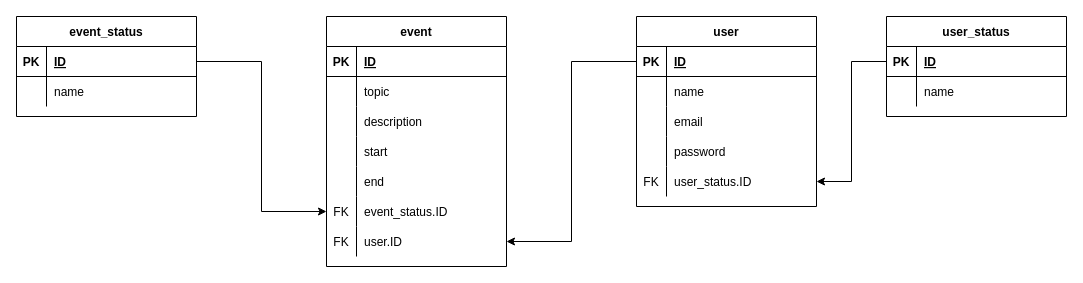
The draw.io diagram plans/database_plan/Calendar_database_plan.drawio in KerteszZoltan/szakdoga, before the edit. Source tidied: cells renumbered, new cells numbered last; positions are measured from the earlier drawing's top-left corner, leaving out a move shared by most shapes. Both pictures are drawn from the tidied source at 100%, with x=0, y=0 at pixel (16, 16).
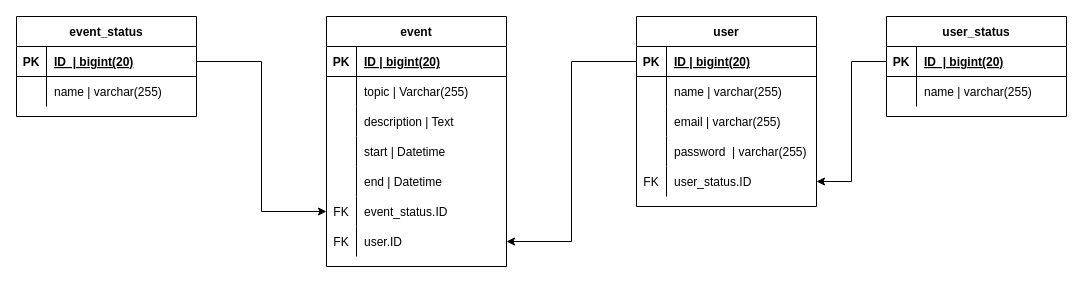
The same diagram, later.

Commit message:
adding type to the database

The change refers to these unchanged cells:
```xml
<mxCell id="3" style="shape=partialRectangle;fillColor=none;top=0;left=0;bottom=1;right=0;" parent="2" vertex="1">
  <mxGeometry y="30" width="180" height="30" as="geometry" />
</mxCell>
<mxCell id="6" style="shape=partialRectangle;fillColor=none;top=0;left=0;bottom=0;right=0;" parent="2" vertex="1">
  <mxGeometry y="60" width="180" height="30" as="geometry" />
</mxCell>
<mxCell id="9" style="shape=partialRectangle;fillColor=none;top=0;left=0;bottom=0;right=0;" parent="2" vertex="1">
  <mxGeometry y="90" width="180" height="30" as="geometry" />
</mxCell>
<mxCell id="12" style="shape=partialRectangle;fillColor=none;top=0;left=0;bottom=0;right=0;" parent="2" vertex="1">
  <mxGeometry y="120" width="180" height="30" as="geometry" />
</mxCell>
<mxCell id="15" style="shape=partialRectangle;fillColor=none;top=0;left=0;bottom=0;right=0;" parent="2" vertex="1">
  <mxGeometry y="150" width="180" height="30" as="geometry" />
</mxCell>
<mxCell id="25" style="shape=partialRectangle;fillColor=none;top=0;left=0;bottom=1;right=0;points=[[0,0.5],[1,0.5]];portConstraint=eastwest;" parent="24" vertex="1">
  <mxGeometry y="30" width="180" height="30" as="geometry" />
</mxCell>
<mxCell id="28" style="shape=partialRectangle;fillColor=none;top=0;left=0;bottom=0;right=0;" parent="24" vertex="1">
  <mxGeometry y="60" width="180" height="30" as="geometry" />
</mxCell>
<mxCell id="31" style="shape=partialRectangle;fillColor=none;top=0;left=0;bottom=0;right=0;" parent="24" vertex="1">
  <mxGeometry y="90" width="180" height="30" as="geometry" />
</mxCell>
<mxCell id="34" style="shape=partialRectangle;fillColor=none;top=0;left=0;bottom=0;right=0;" parent="24" vertex="1">
  <mxGeometry y="120" width="180" height="30" as="geometry" />
</mxCell>
<mxCell id="42" style="shape=partialRectangle;fillColor=none;top=0;left=0;bottom=1;right=0;points=[[0,0.5],[1,0.5]];portConstraint=eastwest;" parent="41" vertex="1">
  <mxGeometry y="30" width="180" height="30" as="geometry" />
</mxCell>
<mxCell id="45" style="shape=partialRectangle;fillColor=none;top=0;left=0;bottom=0;right=0;" parent="41" vertex="1">
  <mxGeometry y="60" width="180" height="30" as="geometry" />
</mxCell>
<mxCell id="49" style="shape=partialRectangle;fillColor=none;top=0;left=0;bottom=1;right=0;points=[[0,0.5],[1,0.5]];portConstraint=eastwest;" parent="48" vertex="1">
  <mxGeometry y="30" width="180" height="30" as="geometry" />
</mxCell>
<mxCell id="52" style="shape=partialRectangle;fillColor=none;top=0;left=0;bottom=0;right=0;" parent="48" vertex="1">
  <mxGeometry y="60" width="180" height="30" as="geometry" />
</mxCell>
```

Diff of the diagram source:
```diff
@@
-    <mxCell id="5" value="ID" style="shape=partialRectangle;fillColor=none;top=0;left=0;bottom=0;right=0;align=left;spacingLeft=6;fontStyle=5;overflow=hidden;" parent="3" vertex="1">
+    <mxCell id="5" value="ID | bigint(20)" style="shape=partialRectangle;fillColor=none;top=0;left=0;bottom=0;right=0;align=left;spacingLeft=6;fontStyle=5;overflow=hidden;" parent="3" vertex="1">
       <mxGeometry x="30" width="150" height="30" as="geometry" />
     </mxCell>
@@
-    <mxCell id="8" value="topic" style="shape=partialRectangle;fillColor=none;top=0;left=0;bottom=0;right=0;align=left;spacingLeft=6;overflow=hidden;" parent="6" vertex="1">
+    <mxCell id="8" value="topic | Varchar(255)" style="shape=partialRectangle;fillColor=none;top=0;left=0;bottom=0;right=0;align=left;spacingLeft=6;overflow=hidden;" parent="6" vertex="1">
       <mxGeometry x="30" width="150" height="30" as="geometry" />
     </mxCell>
@@
-    <mxCell id="11" value="description" style="shape=partialRectangle;fillColor=none;top=0;left=0;bottom=0;right=0;align=left;spacingLeft=6;overflow=hidden;" parent="9" vertex="1">
+    <mxCell id="11" value="description | Text" style="shape=partialRectangle;fillColor=none;top=0;left=0;bottom=0;right=0;align=left;spacingLeft=6;overflow=hidden;" parent="9" vertex="1">
       <mxGeometry x="30" width="150" height="30" as="geometry" />
     </mxCell>
@@
-    <mxCell id="14" value="start" style="shape=partialRectangle;fillColor=none;top=0;left=0;bottom=0;right=0;align=left;spacingLeft=6;overflow=hidden;" parent="12" vertex="1">
+    <mxCell id="14" value="start | Datetime" style="shape=partialRectangle;fillColor=none;top=0;left=0;bottom=0;right=0;align=left;spacingLeft=6;overflow=hidden;" parent="12" vertex="1">
       <mxGeometry x="30" width="150" height="30" as="geometry" />
     </mxCell>
@@
-    <mxCell id="17" value="end" style="shape=partialRectangle;fillColor=none;top=0;left=0;bottom=0;right=0;align=left;spacingLeft=6;overflow=hidden;" parent="15" vertex="1">
+    <mxCell id="17" value="end | Datetime" style="shape=partialRectangle;fillColor=none;top=0;left=0;bottom=0;right=0;align=left;spacingLeft=6;overflow=hidden;" parent="15" vertex="1">
       <mxGeometry x="30" width="150" height="30" as="geometry" />
     </mxCell>
@@
-    <mxCell id="27" value="ID" style="shape=partialRectangle;fillColor=none;top=0;left=0;bottom=0;right=0;align=left;spacingLeft=6;fontStyle=5;overflow=hidden;" parent="25" vertex="1">
+    <mxCell id="27" value="ID | bigint(20)" style="shape=partialRectangle;fillColor=none;top=0;left=0;bottom=0;right=0;align=left;spacingLeft=6;fontStyle=5;overflow=hidden;" parent="25" vertex="1">
       <mxGeometry x="30" width="150" height="30" as="geometry" />
     </mxCell>
@@
-    <mxCell id="30" value="name" style="shape=partialRectangle;fillColor=none;top=0;left=0;bottom=0;right=0;align=left;spacingLeft=6;overflow=hidden;" parent="28" vertex="1">
+    <mxCell id="30" value="name | varchar(255)" style="shape=partialRectangle;fillColor=none;top=0;left=0;bottom=0;right=0;align=left;spacingLeft=6;overflow=hidden;" parent="28" vertex="1">
       <mxGeometry x="30" width="150" height="30" as="geometry" />
     </mxCell>
@@
-    <mxCell id="33" value="email" style="shape=partialRectangle;fillColor=none;top=0;left=0;bottom=0;right=0;align=left;spacingLeft=6;overflow=hidden;" parent="31" vertex="1">
+    <mxCell id="33" value="email | varchar(255)" style="shape=partialRectangle;fillColor=none;top=0;left=0;bottom=0;right=0;align=left;spacingLeft=6;overflow=hidden;" parent="31" vertex="1">
       <mxGeometry x="30" width="150" height="30" as="geometry" />
     </mxCell>
@@
-    <mxCell id="36" value="password" style="shape=partialRectangle;fillColor=none;top=0;left=0;bottom=0;right=0;align=left;spacingLeft=6;overflow=hidden;" parent="34" vertex="1">
+    <mxCell id="36" value="password  | varchar(255)" style="shape=partialRectangle;fillColor=none;top=0;left=0;bottom=0;right=0;align=left;spacingLeft=6;overflow=hidden;" parent="34" vertex="1">
       <mxGeometry x="30" width="150" height="30" as="geometry" />
     </mxCell>
@@
-    <mxCell id="44" value="ID" style="shape=partialRectangle;fillColor=none;top=0;left=0;bottom=0;right=0;align=left;spacingLeft=6;fontStyle=5;overflow=hidden;" parent="42" vertex="1">
+    <mxCell id="44" value="ID  | bigint(20)" style="shape=partialRectangle;fillColor=none;top=0;left=0;bottom=0;right=0;align=left;spacingLeft=6;fontStyle=5;overflow=hidden;" parent="42" vertex="1">
       <mxGeometry x="30" width="150" height="30" as="geometry" />
     </mxCell>
@@
-    <mxCell id="47" value="name" style="shape=partialRectangle;fillColor=none;top=0;left=0;bottom=0;right=0;align=left;spacingLeft=6;overflow=hidden;" parent="45" vertex="1">
+    <mxCell id="47" value="name | varchar(255)" style="shape=partialRectangle;fillColor=none;top=0;left=0;bottom=0;right=0;align=left;spacingLeft=6;overflow=hidden;" parent="45" vertex="1">
       <mxGeometry x="30" width="150" height="30" as="geometry" />
     </mxCell>
@@
-    <mxCell id="51" value="ID" style="shape=partialRectangle;fillColor=none;top=0;left=0;bottom=0;right=0;align=left;spacingLeft=6;fontStyle=5;overflow=hidden;" parent="49" vertex="1">
+    <mxCell id="51" value="ID  | bigint(20)" style="shape=partialRectangle;fillColor=none;top=0;left=0;bottom=0;right=0;align=left;spacingLeft=6;fontStyle=5;overflow=hidden;" parent="49" vertex="1">
       <mxGeometry x="30" width="150" height="30" as="geometry" />
     </mxCell>
@@
-    <mxCell id="54" value="name" style="shape=partialRectangle;fillColor=none;top=0;left=0;bottom=0;right=0;align=left;spacingLeft=6;overflow=hidden;" parent="52" vertex="1">
+    <mxCell id="54" value="name | varchar(255)" style="shape=partialRectangle;fillColor=none;top=0;left=0;bottom=0;right=0;align=left;spacingLeft=6;overflow=hidden;" parent="52" vertex="1">
       <mxGeometry x="30" width="150" height="30" as="geometry" />
     </mxCell>
```
